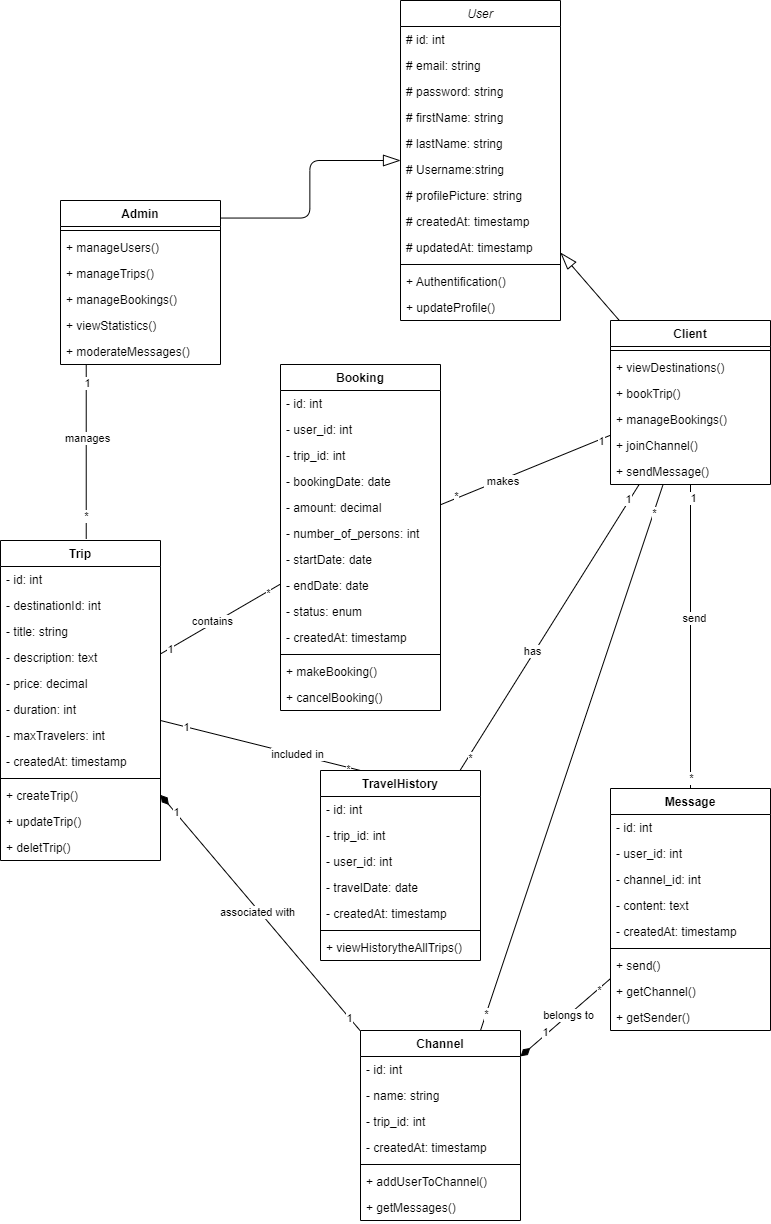
This is Diagram/class_Diagram/class.png from Ibrahim-Lmlilas/HACK-GO, a draw.io export, as it was before one commit. Source tidied: cells renumbered, new cells last; positions are measured from the earlier drawing's top-left corner, leaving out a move shared by most shapes.
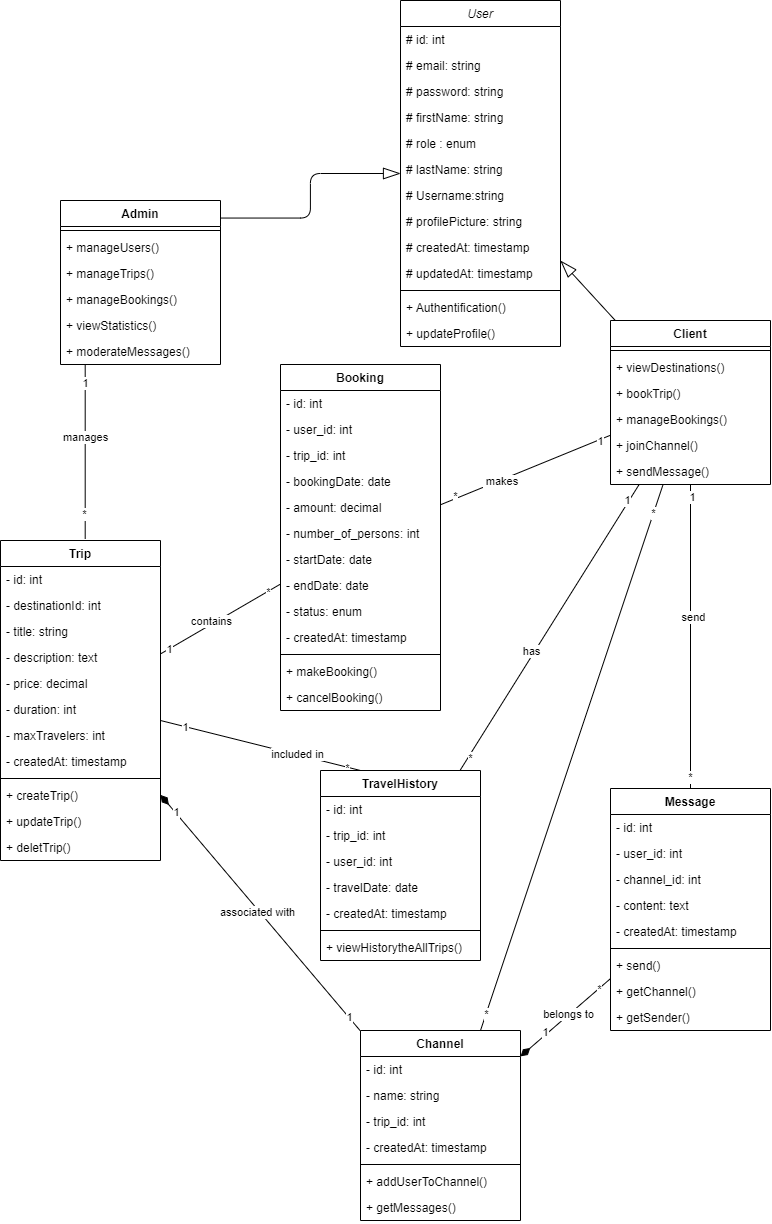
The same file after the commit.

The edit, as a diff of the source:
```diff
@@ -6,7 +6,7 @@
       <mxGeometry relative="1" as="geometry" />
     </mxCell>
     <mxCell id="3" value="User" style="swimlane;fontStyle=2;align=center;verticalAlign=top;horizontal=1;startSize=26;" parent="1" vertex="1">
-      <mxGeometry x="400" width="160" height="320" as="geometry" />
+      <mxGeometry x="400" width="160" height="346" as="geometry" />
     </mxCell>
     <mxCell id="4" value="# id: int" style="text;strokeColor=none;fillColor=none;align=left;verticalAlign=top;spacingLeft=4;spacingRight=4;overflow=hidden;" parent="3" vertex="1">
       <mxGeometry y="26" width="160" height="26" as="geometry" />
@@ -20,29 +20,32 @@
     <mxCell id="7" value="# firstName: string" style="text;strokeColor=none;fillColor=none;align=left;verticalAlign=top;spacingLeft=4;spacingRight=4;overflow=hidden;" parent="3" vertex="1">
       <mxGeometry y="104" width="160" height="26" as="geometry" />
     </mxCell>
+    <mxCell id="119" value="# role : enum" style="text;strokeColor=none;fillColor=none;align=left;verticalAlign=top;spacingLeft=4;spacingRight=4;overflow=hidden;" parent="3" vertex="1">
+      <mxGeometry y="130" width="160" height="26" as="geometry" />
+    </mxCell>
     <mxCell id="8" value="# lastName: string" style="text;strokeColor=none;fillColor=none;align=left;verticalAlign=top;spacingLeft=4;spacingRight=4;overflow=hidden;" parent="3" vertex="1">
-      <mxGeometry y="130" width="160" height="26" as="geometry" />
+      <mxGeometry y="156" width="160" height="26" as="geometry" />
     </mxCell>
     <mxCell id="9" value="# Username:string" style="text;strokeColor=none;fillColor=none;align=left;verticalAlign=top;spacingLeft=4;spacingRight=4;overflow=hidden;" parent="3" vertex="1">
-      <mxGeometry y="156" width="160" height="26" as="geometry" />
+      <mxGeometry y="182" width="160" height="26" as="geometry" />
     </mxCell>
     <mxCell id="10" value="# profilePicture: string" style="text;strokeColor=none;fillColor=none;align=left;verticalAlign=top;spacingLeft=4;spacingRight=4;overflow=hidden;" parent="3" vertex="1">
-      <mxGeometry y="182" width="160" height="26" as="geometry" />
+      <mxGeometry y="208" width="160" height="26" as="geometry" />
     </mxCell>
     <mxCell id="11" value="# createdAt: timestamp" style="text;strokeColor=none;fillColor=none;align=left;verticalAlign=top;spacingLeft=4;spacingRight=4;overflow=hidden;" parent="3" vertex="1">
-      <mxGeometry y="208" width="160" height="26" as="geometry" />
+      <mxGeometry y="234" width="160" height="26" as="geometry" />
     </mxCell>
     <mxCell id="12" value="# updatedAt: timestamp" style="text;strokeColor=none;fillColor=none;align=left;verticalAlign=top;spacingLeft=4;spacingRight=4;overflow=hidden;" parent="3" vertex="1">
-      <mxGeometry y="234" width="160" height="26" as="geometry" />
+      <mxGeometry y="260" width="160" height="26" as="geometry" />
     </mxCell>
     <mxCell id="13" style="line;strokeWidth=1;fillColor=none;align=left;verticalAlign=middle;spacingTop=-1;spacingLeft=3;spacingRight=3;labelPosition=right;strokeColor=inherit;" parent="3" vertex="1">
-      <mxGeometry y="260" width="160" height="8" as="geometry" />
+      <mxGeometry y="286" width="160" height="8" as="geometry" />
     </mxCell>
     <mxCell id="14" value="+ Authentification()" style="text;strokeColor=none;fillColor=none;align=left;verticalAlign=top;spacingLeft=4;spacingRight=4;overflow=hidden;" parent="3" vertex="1">
-      <mxGeometry y="268" width="160" height="26" as="geometry" />
+      <mxGeometry y="294" width="160" height="26" as="geometry" />
     </mxCell>
     <mxCell id="15" value="+ updateProfile()" style="text;strokeColor=none;fillColor=none;align=left;verticalAlign=top;spacingLeft=4;spacingRight=4;overflow=hidden;" parent="3" vertex="1">
-      <mxGeometry y="294" width="160" height="26" as="geometry" />
+      <mxGeometry y="320" width="160" height="26" as="geometry" />
     </mxCell>
     <mxCell id="16" style="edgeStyle=elbowEdgeStyle;html=1;endArrow=none;endFill=0;endSize=15;entryX=0.531;entryY=-0.005;entryDx=0;entryDy=0;entryPerimeter=0;" parent="1" edge="1" source="26" target="35">
       <mxGeometry relative="1" as="geometry" />
```
